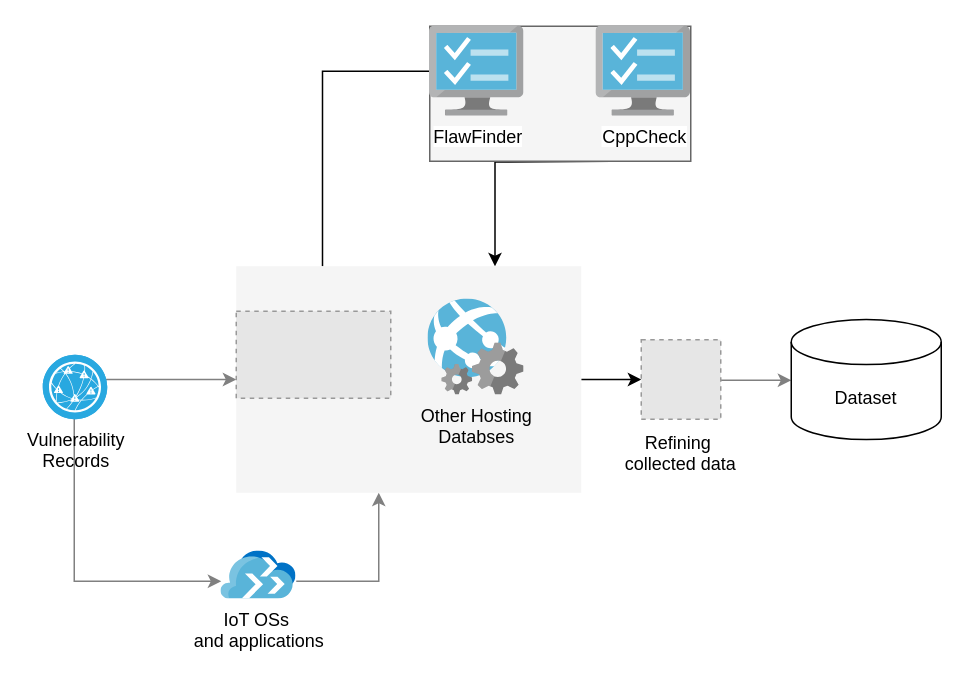
The draw.io diagram figure/framework.drawio in SmartSecLab/IoTvulCode, before the edit. Source tidied: cells renumbered, new cells numbered last; positions are measured from the earlier drawing's top-left corner, leaving out a move shared by most shapes. Both pictures are drawn from the tidied source at 150%, with x=0, y=0 at pixel (42, 26). Pictures stored in the file or linked from it are replaced by grey dashed boxes.
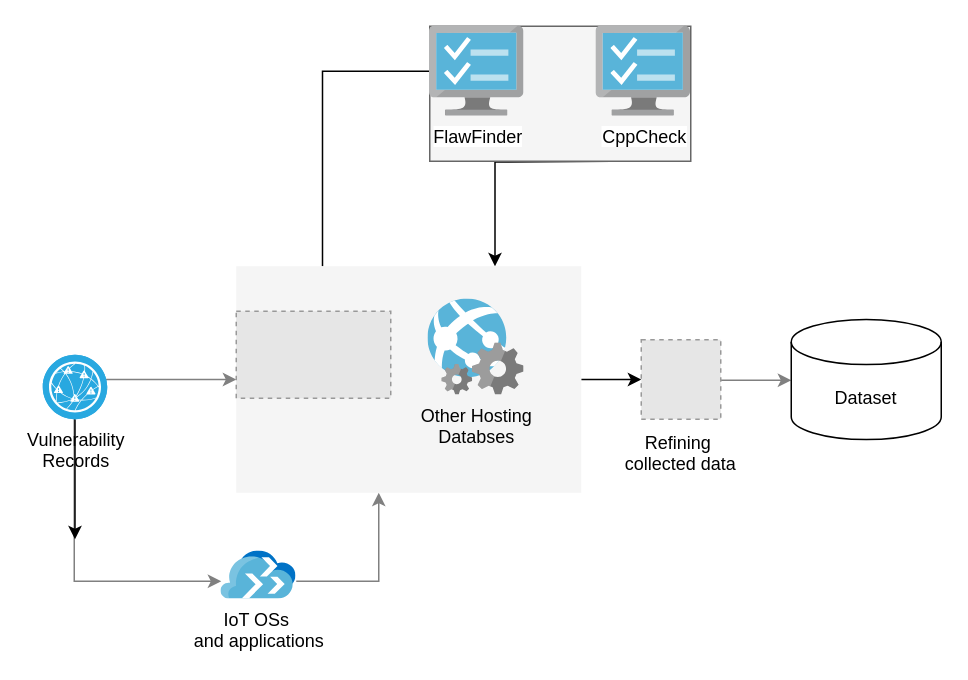
After the change.

The change refers to these unchanged cells:
```xml
<mxCell id="16" value="Vulnerability &lt;br&gt;Records" style="fillColor=#28A8E0;verticalLabelPosition=bottom;html=1;strokeColor=#ffffff;verticalAlign=top;align=center;points=[[0.145,0.145,0],[0.5,0,0],[0.855,0.145,0],[1,0.5,0],[0.855,0.855,0],[0.5,1,0],[0.145,0.855,0],[0,0.5,0]];shape=mxgraph.cisco_safe.compositeIcon;bgIcon=ellipse;resIcon=mxgraph.cisco_safe.capability.vulnerability_management;" parent="1" vertex="1">
  <mxGeometry y="219" width="43" height="43" as="geometry" />
</mxCell>
```

The edit, as a diff of the source:
```diff
@@
+    <mxCell id="20" style="edgeStyle=orthogonalEdgeStyle;rounded=0;jettySize=auto;html=1;" parent="1" edge="1" source="16">
+      <mxGeometry relative="1" as="geometry">
+        <mxPoint x="21.5" y="342" as="targetPoint" />
+      </mxGeometry>
+    </mxCell>
```
